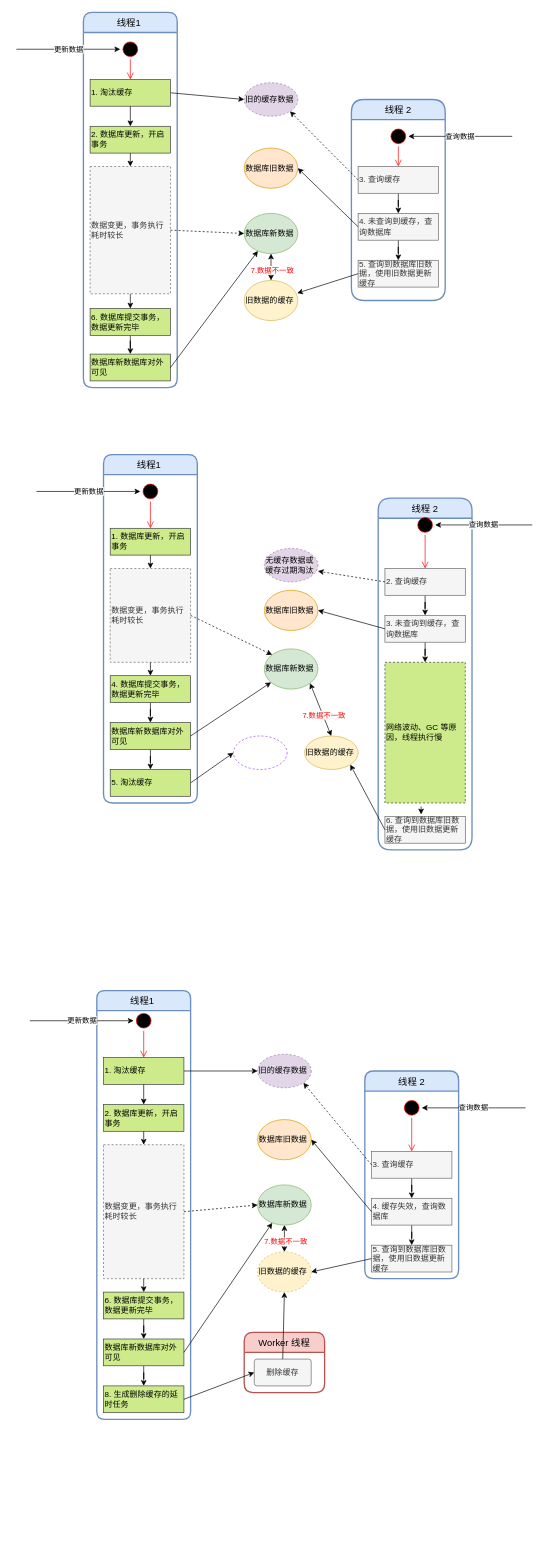
yang00-74/flowchart keeps this draw.io diagram as cache_consistency.drawio. Above is the earlier version. Source tidied: cells renumbered, new cells numbered last; positions are measured from the earlier drawing's top-left corner, leaving out a move shared by most shapes. Both pictures are drawn from the tidied source at 67%, with x=0, y=0 at pixel (16, 12).
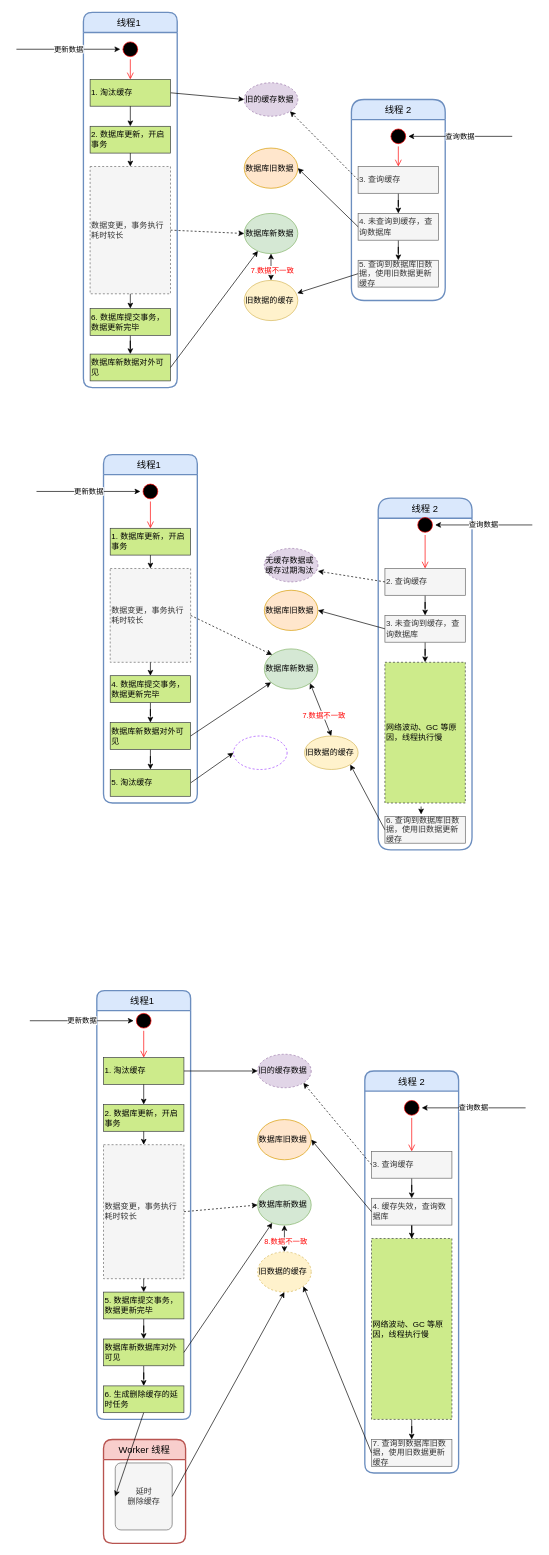
The same page after the edit.

Commit message:
Feature - update cache consistency

Unchanged cells that the change refers to:
```xml
<mxCell id="54" value="4. 缓存失效，查询数据库" style="rounded=0;whiteSpace=wrap;html=1;align=left;fillColor=#f5f5f5;strokeColor=#666666;fontColor=#333333;" parent="1" vertex="1">
  <mxGeometry x="530" y="1770" width="120" height="40" as="geometry" />
</mxCell>
<mxCell id="61" value="旧数据的缓存" style="ellipse;whiteSpace=wrap;html=1;align=left;fillColor=#fff2cc;strokeColor=#d6b656;dashed=1;" parent="1" vertex="1">
  <mxGeometry x="360" y="1850" width="80" height="60" as="geometry" />
</mxCell>
<mxCell id="69" style="endArrow=classic;startArrow=classic;html=1;exitX=0.5;exitY=1;exitDx=0;exitDy=0;entryX=0.5;entryY=0;entryDx=0;entryDy=0;" parent="1" edge="1" source="57" target="61">
  <mxGeometry relative="1" as="geometry" />
</mxCell>
```

The edit, as a diff of the source:
```diff
@@
-    <mxCell id="14" value="数据库新数据库对外可见" style="rounded=0;whiteSpace=wrap;html=1;align=left;fillColor=#cdeb8b;strokeColor=#36393d;" parent="1" vertex="1">
+    <mxCell id="14" value="数据库新数据对外可见" style="rounded=0;whiteSpace=wrap;html=1;align=left;fillColor=#cdeb8b;strokeColor=#36393d;" parent="1" vertex="1">
       <mxGeometry x="110" y="510" width="120" height="40" as="geometry" />
     </mxCell>
@@
     <mxCell id="37" value="线程 2" style="swimlane;horizontal=1;startSize=30;rounded=1;fontSize=14;fontStyle=0;strokeWidth=2;shadow=0;dashed=0;align=center;fillColor=#dae8fc;strokeColor=#6c8ebf;" parent="1" vertex="1">
-      <mxGeometry x="520" y="1580" width="140" height="310" as="geometry" />
+      <mxGeometry x="520" y="1580" width="140" height="600" as="geometry" />
     </mxCell>
@@
-    <mxCell id="44" value="6. 数据库提交事务，数据更新完毕" style="rounded=0;whiteSpace=wrap;html=1;align=left;fillColor=#cdeb8b;strokeColor=#36393d;" parent="1" vertex="1">
+    <mxCell id="44" value="5. 数据库提交事务，数据更新完毕" style="rounded=0;whiteSpace=wrap;html=1;align=left;fillColor=#cdeb8b;strokeColor=#36393d;" parent="1" vertex="1">
       <mxGeometry x="130" y="1910" width="120" height="40" as="geometry" />
     </mxCell>
@@
-    <mxCell id="53" style="edgeStyle=orthogonalEdgeStyle;rounded=0;jettySize=auto;html=1;" parent="1" edge="1" source="54" target="60">
+    <mxCell id="53" style="edgeStyle=orthogonalEdgeStyle;rounded=0;jettySize=auto;html=1;entryX=0.5;entryY=0;entryDx=0;entryDy=0;" parent="1" edge="1" source="54" target="114">
       <mxGeometry relative="1" as="geometry" />
     </mxCell>
@@
-    <mxCell id="60" value="5. 查询到数据库旧数据，使用旧数据更新缓存" style="rounded=0;whiteSpace=wrap;html=1;align=left;fillColor=#f5f5f5;strokeColor=#666666;fontColor=#333333;" parent="1" vertex="1">
-      <mxGeometry x="530" y="1840" width="120" height="40" as="geometry" />
+    <mxCell id="60" value="7. 查询到数据库旧数据，使用旧数据更新缓存" style="rounded=0;whiteSpace=wrap;html=1;align=left;fillColor=#f5f5f5;strokeColor=#666666;fontColor=#333333;" parent="1" vertex="1">
+      <mxGeometry x="530" y="2130" width="120" height="40" as="geometry" />
     </mxCell>
@@
-    <mxCell id="62" style="endArrow=classic;html=1;entryX=1;entryY=0.5;entryDx=0;entryDy=0;exitX=0;exitY=0.5;exitDx=0;exitDy=0;" parent="1" edge="1" source="60" target="61">
+    <mxCell id="62" style="endArrow=classic;html=1;entryX=1;entryY=1;entryDx=0;entryDy=0;exitX=0;exitY=0.5;exitDx=0;exitDy=0;" parent="1" edge="1" source="60" target="61">
       <mxGeometry relative="1" as="geometry" />
     </mxCell>
@@
-    <mxCell id="70" value="7.数据不一致" style="edgeLabel;html=1;align=center;verticalAlign=middle;fontColor=#FF0000;" parent="69" vertex="1">
+    <mxCell id="70" value="8.数据不一致" style="edgeLabel;html=1;align=center;verticalAlign=middle;fontColor=#FF0000;" parent="69" vertex="1">
       <mxGeometry x="0.2" y="1" relative="1" as="geometry" />
     </mxCell>
-    <mxCell id="71" value="8. 生成删除缓存的延时任务" style="rounded=0;whiteSpace=wrap;html=1;align=left;fillColor=#cdeb8b;strokeColor=#36393d;" parent="1" vertex="1">
+    <mxCell id="71" value="6. 生成删除缓存的延时任务" style="rounded=0;whiteSpace=wrap;html=1;align=left;fillColor=#cdeb8b;strokeColor=#36393d;" parent="1" vertex="1">
       <mxGeometry x="130" y="2050" width="120" height="40" as="geometry" />
     </mxCell>
-    <mxCell id="72" value="删除缓存" style="rounded=1;arcSize=10;whiteSpace=wrap;html=1;align=center;fillColor=#f5f5f5;strokeColor=#666666;fontColor=#333333;" parent="1" vertex="1">
-      <mxGeometry x="355" y="2010" width="85" height="40" as="geometry" />
+    <mxCell id="72" value="延时&lt;br&gt;删除缓存" style="rounded=1;arcSize=10;whiteSpace=wrap;html=1;align=center;fillColor=#f5f5f5;strokeColor=#666666;fontColor=#333333;" parent="1" vertex="1">
+      <mxGeometry x="147.5" y="2165" width="85" height="100" as="geometry" />
     </mxCell>
     <mxCell id="73" value="Worker 线程" style="swimlane;horizontal=1;startSize=30;rounded=1;fontSize=14;fontStyle=0;strokeWidth=2;shadow=0;dashed=0;align=center;fillColor=#f8cecc;strokeColor=#b85450;" parent="1" vertex="1">
-      <mxGeometry x="340" y="1970" width="120" height="90" as="geometry" />
+      <mxGeometry x="130" y="2130" width="122.5" height="155" as="geometry" />
     </mxCell>
-    <mxCell id="74" style="endArrow=classic;html=1;fontColor=#000000;exitX=1;exitY=0.5;exitDx=0;exitDy=0;entryX=0;entryY=0.5;entryDx=0;entryDy=0;" parent="1" edge="1" source="71" target="72">
+    <mxCell id="74" style="endArrow=classic;html=1;fontColor=#000000;exitX=0.5;exitY=1;exitDx=0;exitDy=0;entryX=0;entryY=0.5;entryDx=0;entryDy=0;" parent="1" edge="1" source="71" target="72">
       <mxGeometry relative="1" as="geometry" />
     </mxCell>
-    <mxCell id="75" style="endArrow=classic;html=1;fontColor=#000000;exitX=0.5;exitY=0;exitDx=0;exitDy=0;entryX=0.5;entryY=1;entryDx=0;entryDy=0;" parent="1" edge="1" source="72" target="61">
+    <mxCell id="75" style="endArrow=classic;html=1;fontColor=#000000;exitX=1;exitY=0.5;exitDx=0;exitDy=0;entryX=0.5;entryY=1;entryDx=0;entryDy=0;" parent="1" edge="1" source="72" target="61">
       <mxGeometry relative="1" as="geometry" />
     </mxCell>
@@
-    <mxCell id="87" value="数据库新数据库对外可见" style="rounded=0;whiteSpace=wrap;html=1;align=left;fillColor=#cdeb8b;strokeColor=#36393d;" parent="1" vertex="1">
+    <mxCell id="87" value="数据库新数据对外可见" style="rounded=0;whiteSpace=wrap;html=1;align=left;fillColor=#cdeb8b;strokeColor=#36393d;" parent="1" vertex="1">
       <mxGeometry x="140" y="1060" width="120" height="40" as="geometry" />
     </mxCell>
@@
+    <mxCell id="113" style="edgeStyle=orthogonalEdgeStyle;rounded=0;jettySize=auto;html=1;" parent="1" edge="1" source="114" target="60">
+      <mxGeometry relative="1" as="geometry" />
+    </mxCell>
+    <mxCell id="114" value="网络波动、GC 等原因，线程执行慢" style="rounded=0;whiteSpace=wrap;html=1;align=left;dashed=1;fillColor=#cdeb8b;strokeColor=#36393d;" parent="1" vertex="1">
+      <mxGeometry x="530" y="1830" width="120" height="270" as="geometry" />
+    </mxCell>
```
